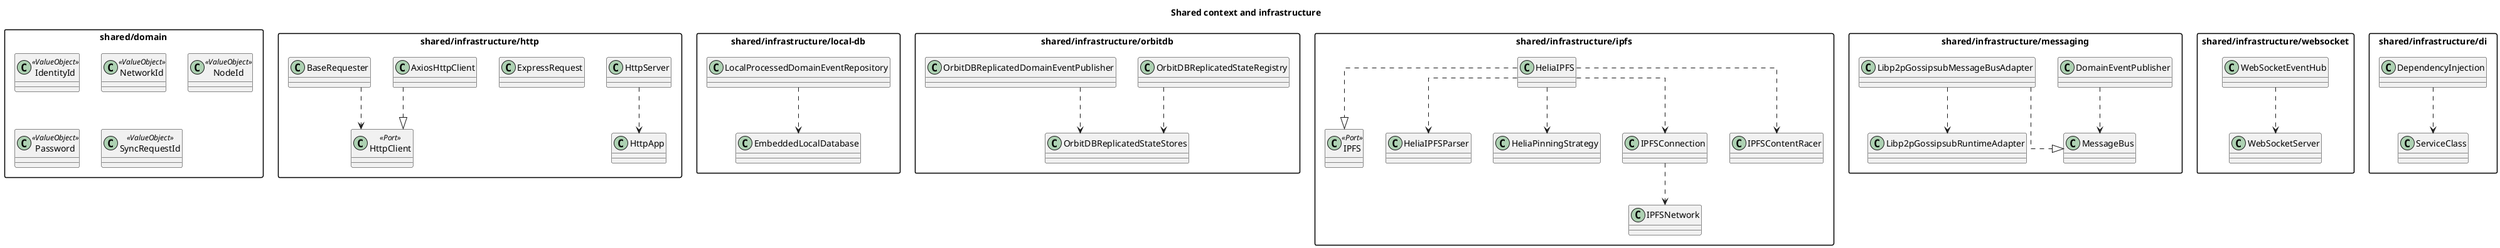
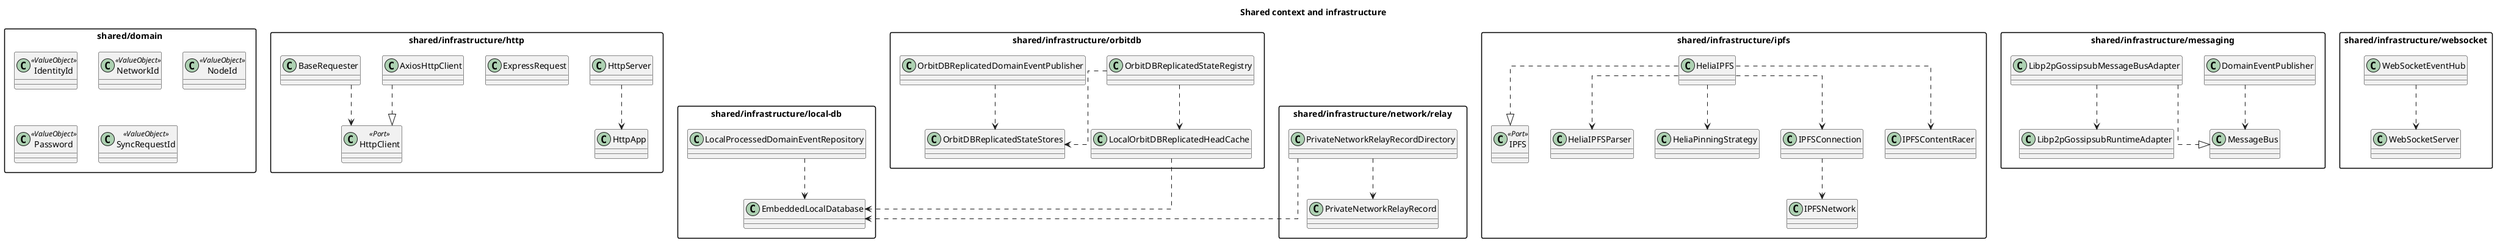
@startuml SharedClasses
title Shared context and infrastructure

skinparam packageStyle rectangle
skinparam linetype ortho

package "shared/domain" {
  class IdentityId <<ValueObject>>
  class NetworkId <<ValueObject>>
  class NodeId <<ValueObject>>
  class Password <<ValueObject>>
  class SyncRequestId <<ValueObject>>
}

package "shared/infrastructure/http" {
  class HttpApp
  class HttpServer
  class ExpressRequest
  class HttpClient <<Port>>
  class AxiosHttpClient
  class BaseRequester
}

package "shared/infrastructure/local-db" {
  class EmbeddedLocalDatabase
  class LocalProcessedDomainEventRepository
}

package "shared/infrastructure/orbitdb" {
  class OrbitDBReplicatedStateRegistry
+   class LocalOrbitDBReplicatedHeadCache
  class OrbitDBReplicatedStateStores
  class OrbitDBReplicatedDomainEventPublisher
}

package "shared/infrastructure/ipfs" {
  class IPFS <<Port>>
  class HeliaIPFS
  class HeliaIPFSParser
  class HeliaPinningStrategy
  class IPFSConnection
  class IPFSContentRacer
  class IPFSNetwork
+ }
+ 
+ package "shared/infrastructure/network/relay" {
+   class PrivateNetworkRelayRecordDirectory
+   class PrivateNetworkRelayRecord
}

package "shared/infrastructure/messaging" {
  class DomainEventPublisher
  class MessageBus
  class Libp2pGossipsubMessageBusAdapter
  class Libp2pGossipsubRuntimeAdapter
}

package "shared/infrastructure/websocket" {
  class WebSocketServer
  class WebSocketEventHub
}

package "shared/infrastructure/di" {
  class DependencyInjection
  class ServiceClass
}

HttpServer ..> HttpApp
AxiosHttpClient ..|> HttpClient
BaseRequester ..> HttpClient

LocalProcessedDomainEventRepository ..> EmbeddedLocalDatabase
OrbitDBReplicatedDomainEventPublisher ..> OrbitDBReplicatedStateStores
OrbitDBReplicatedStateRegistry ..> OrbitDBReplicatedStateStores
+ OrbitDBReplicatedStateRegistry ..> LocalOrbitDBReplicatedHeadCache
+ LocalOrbitDBReplicatedHeadCache ..> EmbeddedLocalDatabase

HeliaIPFS ..|> IPFS
HeliaIPFS ..> HeliaIPFSParser
HeliaIPFS ..> HeliaPinningStrategy
HeliaIPFS ..> IPFSConnection
HeliaIPFS ..> IPFSContentRacer
IPFSConnection ..> IPFSNetwork
+ PrivateNetworkRelayRecordDirectory ..> EmbeddedLocalDatabase
+ PrivateNetworkRelayRecordDirectory ..> PrivateNetworkRelayRecord

DomainEventPublisher ..> MessageBus
Libp2pGossipsubMessageBusAdapter ..|> MessageBus
Libp2pGossipsubMessageBusAdapter ..> Libp2pGossipsubRuntimeAdapter

WebSocketEventHub ..> WebSocketServer
DependencyInjection ..> ServiceClass

@enduml
